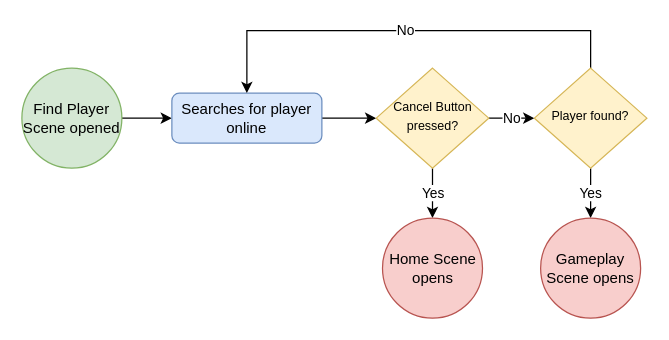
This is Design/FindPlayerScene.drawio from zkturman/TiltaPong, a draw.io file, before an edit. Source tidied: cells renumbered, new cells numbered last; positions are measured from the earlier drawing's top-left corner, leaving out a move shared by most shapes. Both pictures are drawn from the tidied source at 125%, with x=0, y=0 at pixel (21, 30).
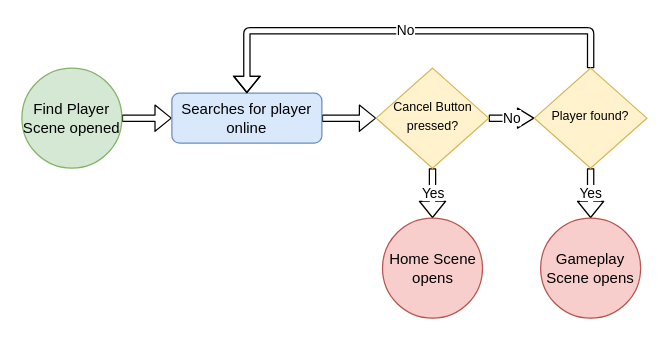
After the change.

What changed in the source:
```diff
@@
 <mxGraphModel>
   <root>
     <mxCell id="0" />
     <mxCell id="1" parent="0" />
-    <mxCell id="2" style="edgeStyle=orthogonalEdgeStyle;rounded=0;jettySize=auto;html=1;exitX=1;exitY=0.5;exitDx=0;exitDy=0;" parent="1" edge="1" source="3" target="5">
+    <mxCell id="2" style="edgeStyle=orthogonalEdgeStyle;rounded=1;jettySize=auto;html=1;exitX=1;exitY=0.5;exitDx=0;exitDy=0;shadow=0;sketch=0;shape=flexArrow;strokeWidth=1;startWidth=10;endWidth=15;width=5;endSize=4;startSize=6;" parent="1" edge="1" source="3" target="5">
       <mxGeometry relative="1" as="geometry" />
     </mxCell>
     <mxCell id="3" value="Find Player Scene opened" style="ellipse;whiteSpace=wrap;html=1;fillColor=#d5e8d4;strokeColor=#82b366;" parent="1" vertex="1">
       <mxGeometry y="30" width="80" height="80" as="geometry" />
     </mxCell>
-    <mxCell id="4" style="edgeStyle=orthogonalEdgeStyle;rounded=0;jettySize=auto;html=1;exitX=1;exitY=0.5;exitDx=0;exitDy=0;entryX=0;entryY=0.5;entryDx=0;entryDy=0;" parent="1" edge="1" source="5" target="8">
+    <mxCell id="4" style="edgeStyle=orthogonalEdgeStyle;rounded=1;jettySize=auto;html=1;exitX=1;exitY=0.5;exitDx=0;exitDy=0;entryX=0;entryY=0.5;entryDx=0;entryDy=0;shape=flexArrow;shadow=0;sketch=0;strokeWidth=1;endSize=4;startSize=6;endWidth=15;width=5;" parent="1" edge="1" source="5" target="8">
       <mxGeometry relative="1" as="geometry" />
     </mxCell>
     <mxCell id="5" value="Searches for player online" style="rounded=1;whiteSpace=wrap;html=1;fillColor=#dae8fc;strokeColor=#6c8ebf;" parent="1" vertex="1">
       <mxGeometry x="120" y="50" width="120" height="40" as="geometry" />
     </mxCell>
-    <mxCell id="6" value="No" style="edgeStyle=orthogonalEdgeStyle;rounded=0;jettySize=auto;html=1;exitX=1;exitY=0.5;exitDx=0;exitDy=0;entryX=0;entryY=0.5;entryDx=0;entryDy=0;" parent="1" edge="1" source="8" target="11">
+    <mxCell id="6" value="No" style="edgeStyle=orthogonalEdgeStyle;rounded=1;jettySize=auto;html=1;exitX=1;exitY=0.5;exitDx=0;exitDy=0;entryX=0;entryY=0.5;entryDx=0;entryDy=0;shape=flexArrow;shadow=0;sketch=0;strokeWidth=1;endSize=4;startSize=6;width=5;endWidth=10;" parent="1" edge="1" source="8" target="11">
       <mxGeometry relative="1" as="geometry" />
     </mxCell>
-    <mxCell id="7" value="Yes" style="edgeStyle=orthogonalEdgeStyle;rounded=0;jettySize=auto;html=1;exitX=0.5;exitY=1;exitDx=0;exitDy=0;" parent="1" edge="1" source="8" target="12">
+    <mxCell id="7" value="Yes" style="edgeStyle=orthogonalEdgeStyle;rounded=1;jettySize=auto;html=1;exitX=0.5;exitY=1;exitDx=0;exitDy=0;shape=flexArrow;width=5;endWidth=15;shadow=0;sketch=0;strokeWidth=1;endSize=4;startSize=6;" parent="1" edge="1" source="8" target="12">
       <mxGeometry relative="1" as="geometry" />
     </mxCell>
     <mxCell id="8" value="&lt;span style=&quot;font-size: 10px&quot;&gt;Cancel Button pressed?&lt;/span&gt;" style="rhombus;whiteSpace=wrap;html=1;shadow=0;fontFamily=Helvetica;fontSize=12;align=center;strokeWidth=1;spacing=6;spacingTop=-4;fillColor=#fff2cc;strokeColor=#d6b656;" parent="1" vertex="1">
       <mxGeometry x="283.5" y="30" width="90" height="80" as="geometry" />
     </mxCell>
-    <mxCell id="9" value="No" style="edgeStyle=orthogonalEdgeStyle;rounded=0;jettySize=auto;html=1;exitX=0.5;exitY=0;exitDx=0;exitDy=0;entryX=0.5;entryY=0;entryDx=0;entryDy=0;" parent="1" edge="1" source="11" target="5">
+    <mxCell id="9" value="No" style="edgeStyle=orthogonalEdgeStyle;rounded=1;jettySize=auto;html=1;exitX=0.5;exitY=0;exitDx=0;exitDy=0;entryX=0.5;entryY=0;entryDx=0;entryDy=0;shadow=0;sketch=0;strokeWidth=1;shape=flexArrow;endSize=4;startSize=6;width=5;endWidth=15;" parent="1" edge="1" source="11" target="5">
       <mxGeometry relative="1" as="geometry">
         <Array as="points">
           <mxPoint x="455" />
           <mxPoint x="180" />
         </Array>
       </mxGeometry>
     </mxCell>
-    <mxCell id="10" value="Yes" style="edgeStyle=orthogonalEdgeStyle;rounded=0;jettySize=auto;html=1;exitX=0.5;exitY=1;exitDx=0;exitDy=0;" parent="1" edge="1" source="11" target="13">
+    <mxCell id="10" value="Yes" style="edgeStyle=orthogonalEdgeStyle;rounded=1;jettySize=auto;html=1;exitX=0.5;exitY=1;exitDx=0;exitDy=0;shape=flexArrow;shadow=0;sketch=0;strokeWidth=1;endSize=4;startSize=6;width=5;endWidth=15;" parent="1" edge="1" source="11" target="13">
       <mxGeometry relative="1" as="geometry" />
     </mxCell>
     <mxCell id="11" value="&lt;span style=&quot;font-size: 10px&quot;&gt;Player found?&lt;/span&gt;" style="rhombus;whiteSpace=wrap;html=1;shadow=0;fontFamily=Helvetica;fontSize=12;align=center;strokeWidth=1;spacing=6;spacingTop=-4;fillColor=#fff2cc;strokeColor=#d6b656;" parent="1" vertex="1">
       <mxGeometry x="410" y="30" width="90" height="80" as="geometry" />
     </mxCell>
     <mxCell id="12" value="Home Scene opens" style="ellipse;whiteSpace=wrap;html=1;fillColor=#f8cecc;strokeColor=#b85450;" parent="1" vertex="1">
       <mxGeometry x="288.5" y="150" width="80" height="80" as="geometry" />
     </mxCell>
     <mxCell id="13" value="Gameplay Scene opens" style="ellipse;whiteSpace=wrap;html=1;fillColor=#f8cecc;strokeColor=#b85450;" parent="1" vertex="1">
       <mxGeometry x="415" y="150" width="80" height="80" as="geometry" />
     </mxCell>
   </root>
 </mxGraphModel>
```
